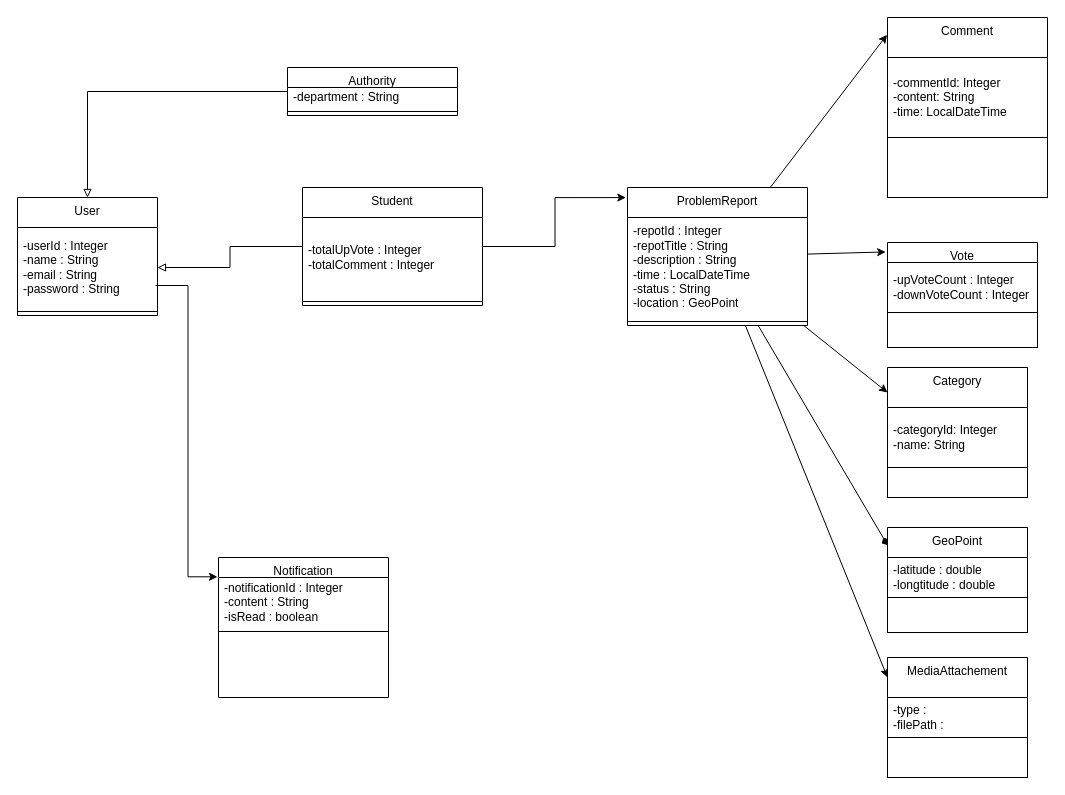
Earlier version of the draw.io diagram Untitled Diagram.drawio (hayatikocur/Student-Communication-and-Reporting-Network). Source tidied: cells renumbered, new cells numbered last; positions are measured from the earlier drawing's top-left corner, leaving out a move shared by most shapes. Both pictures are drawn from the tidied source at 100%, with x=0, y=0 at pixel (17, 17).
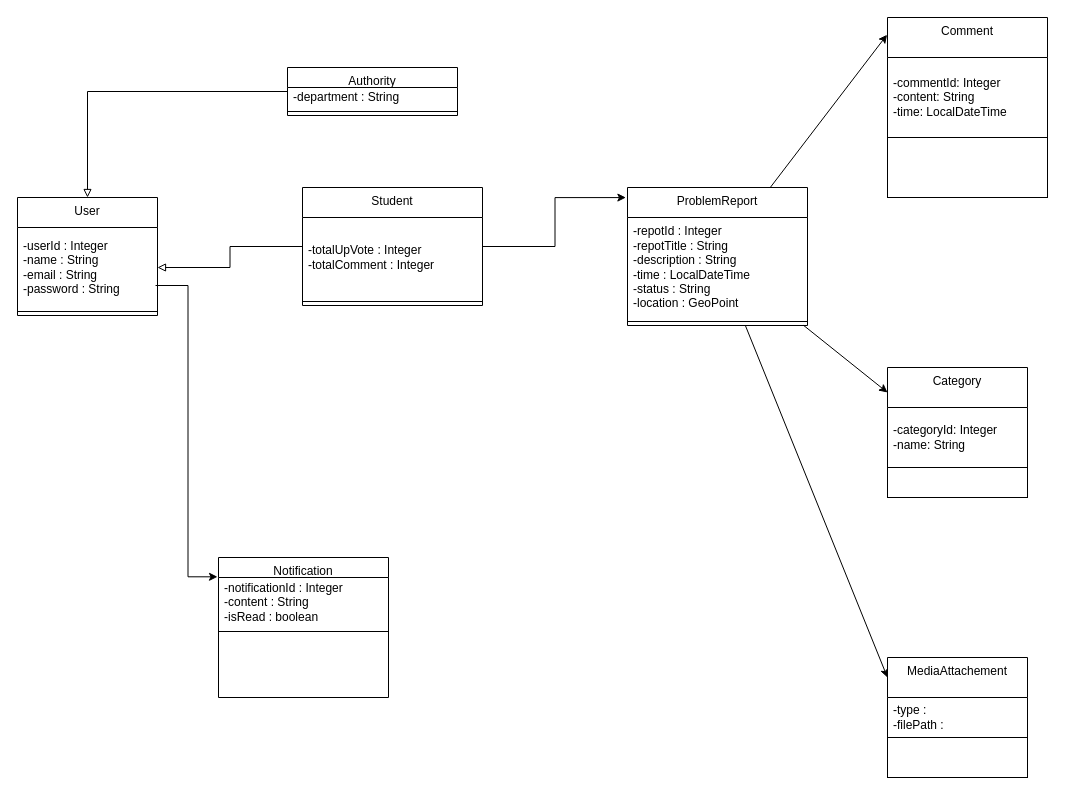
The same page after the edit.

The change refers to these unchanged cells:
```xml
<mxCell id="21" value="ProblemReport" style="swimlane;fontStyle=0;align=center;verticalAlign=top;horizontal=1;startSize=30;html=1;whiteSpace=wrap;" parent="1" vertex="1">
  <mxGeometry x="610" y="170" width="180" height="138" as="geometry" />
</mxCell>
```

The edit, as a diff of the source:
```diff
@@
-    <mxCell id="19" style="rounded=0;jettySize=auto;html=1;entryX=0;entryY=0.25;entryDx=0;entryDy=0;endArrow=diamond;endFill=1;" parent="1" edge="1" source="21" target="27">
-      <mxGeometry relative="1" as="geometry" />
-    </mxCell>
@@
-    <mxCell id="25" value="Vote" style="swimlane;fontStyle=0;align=center;verticalAlign=top;horizontal=1;startSize=20;html=1;whiteSpace=wrap;" parent="1" vertex="1">
-      <mxGeometry x="870" y="225" width="150" height="70" as="geometry" />
-    </mxCell>
-    <mxCell id="26" value="-upVoteCount : Integer&lt;div&gt;-downVoteCount : Integer&lt;/div&gt;" style="text;html=1;strokeColor=none;fillColor=none;align=left;verticalAlign=middle;spacingLeft=4;spacingRight=4;overflow=hidden;whiteSpace=wrap;" parent="25" vertex="1">
-      <mxGeometry y="20" width="150" height="50" as="geometry" />
-    </mxCell>
-    <mxCell id="27" value="GeoPoint" style="swimlane;fontStyle=0;align=center;verticalAlign=top;horizontal=1;startSize=30;html=1;whiteSpace=wrap;" parent="1" vertex="1">
-      <mxGeometry x="870" y="510" width="140" height="70" as="geometry" />
-    </mxCell>
-    <mxCell id="28" value="-latitude : double&lt;div&gt;-longtitude : double&lt;br&gt;&lt;/div&gt;" style="text;html=1;strokeColor=none;fillColor=none;align=left;verticalAlign=middle;spacingLeft=4;spacingRight=4;overflow=hidden;whiteSpace=wrap;" parent="27" vertex="1">
-      <mxGeometry y="30" width="140" height="40" as="geometry" />
-    </mxCell>
@@
-    <mxCell id="38" style="rounded=0;jettySize=auto;html=1;entryX=-0.012;entryY=0.135;entryDx=0;entryDy=0;entryPerimeter=0;" parent="1" edge="1" source="21" target="25">
-      <mxGeometry relative="1" as="geometry" />
-    </mxCell>
-    <mxCell id="39" style="rounded=0;whiteSpace=wrap;html=1;" parent="1" vertex="1">
-      <mxGeometry x="870" y="580" width="140" height="35" as="geometry" />
-    </mxCell>
-    <mxCell id="40" style="rounded=0;whiteSpace=wrap;html=1;" parent="1" vertex="1">
-      <mxGeometry x="870" y="295" width="150" height="35" as="geometry" />
-    </mxCell>
```
